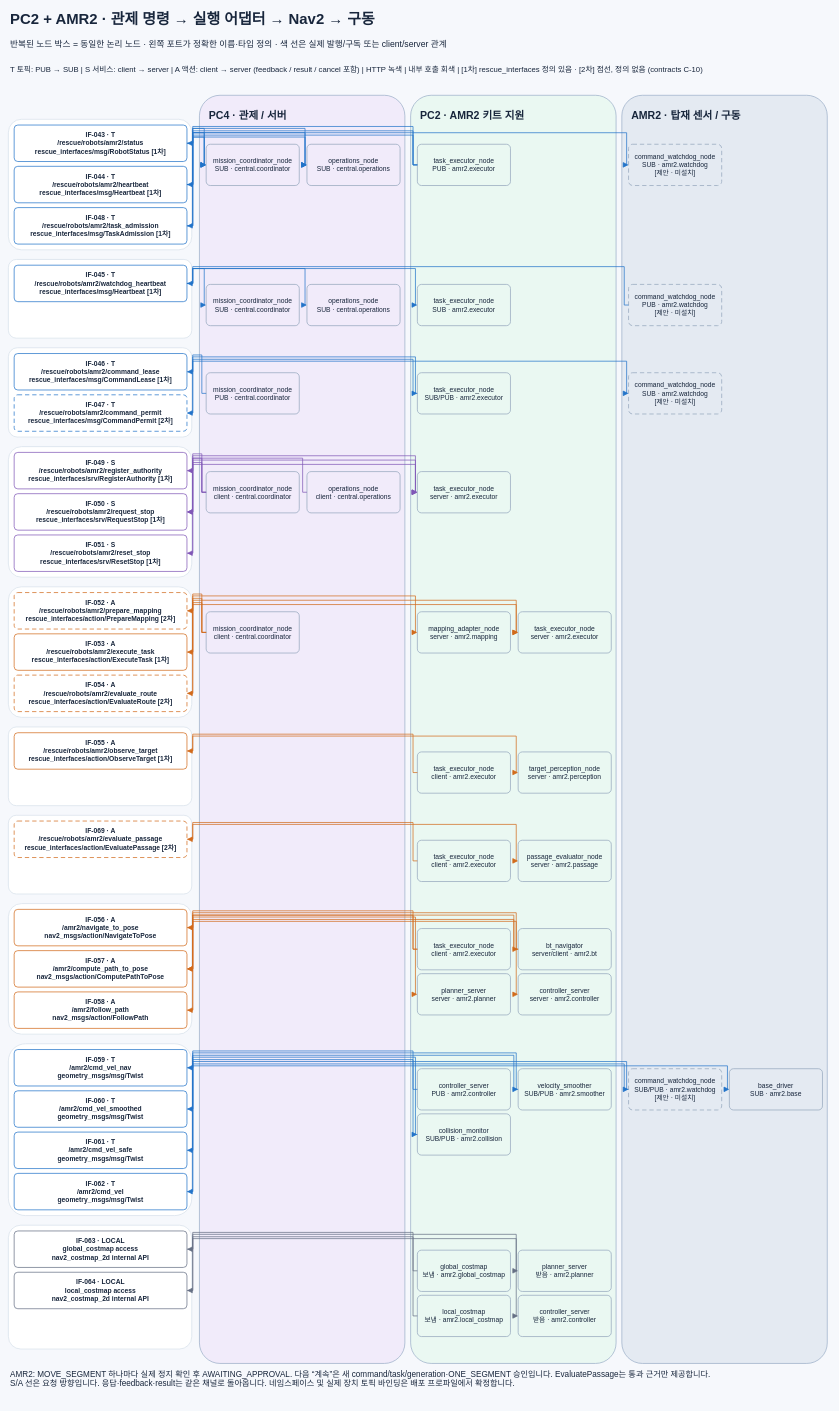
mi1nn/ROKEY-7-public keeps this draw.io diagram as page "05 PC2 명령·주행" (5 of 11) of docs/design/rokey7-sdd.drawio. Above is the earlier version. Source tidied: cells renumbered, new cells numbered last; positions are measured from the earlier drawing's top-left corner, leaving out a move shared by most shapes. Both pictures are drawn from the tidied source at 48%, with x=0, y=0 at pixel (8, 8).
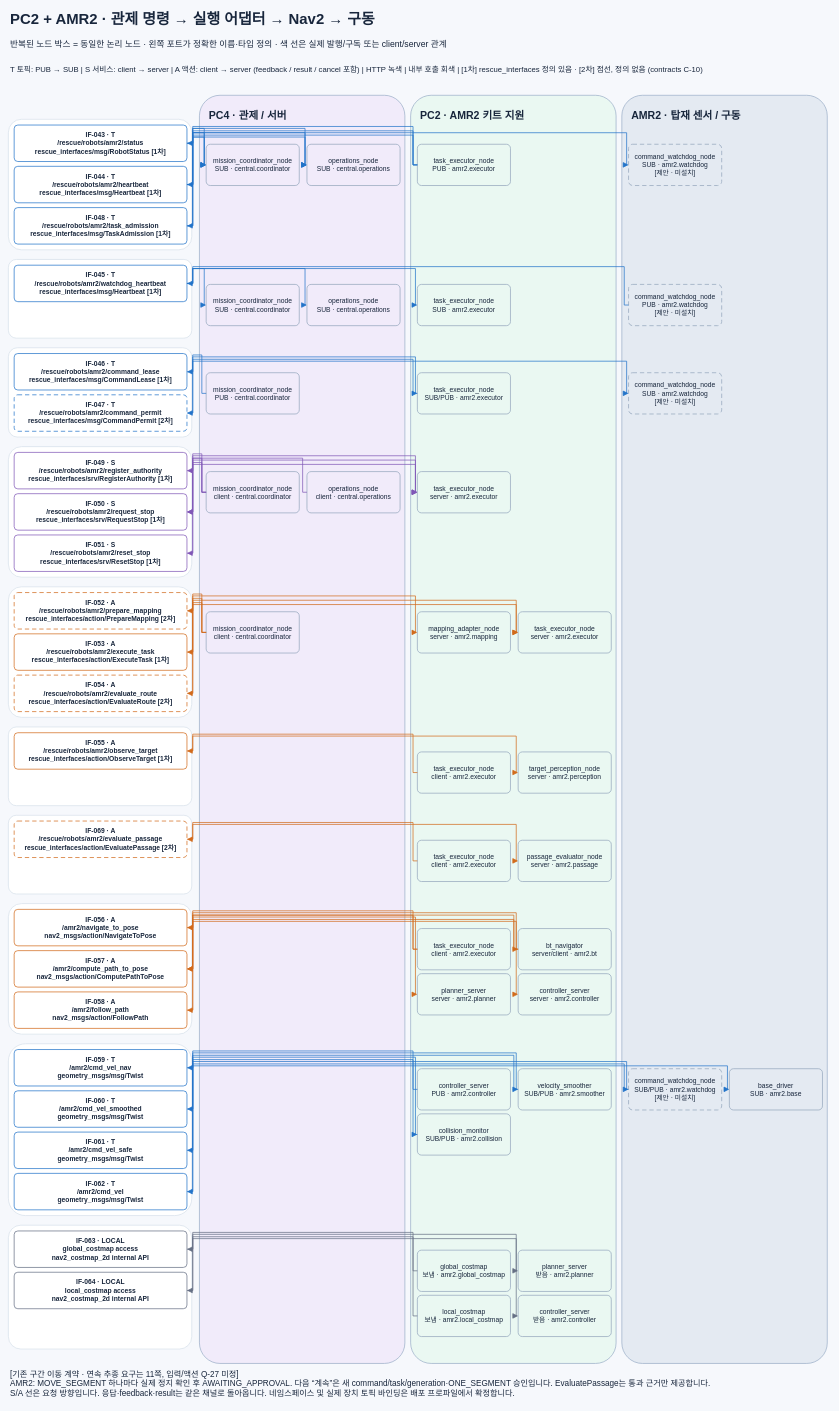
The same page after the edit.

Diff of the diagram source:
```diff
@@
-    <mxCell id="129" value="AMR2: MOVE_SEGMENT 하나마다 실제 정지 확인 후 AWAITING_APPROVAL. 다음 “계속”은 새 command/task/generation·ONE_SEGMENT 승인입니다. EvaluatePassage는 통과 근거만 제공합니다.&#10;S/A 선은 요청 방향입니다. 응답·feedback·result는 같은 채널로 돌아옵니다. 네임스페이스 및 실제 장치 토픽 바인딩은 배포 프로파일에서 확정합니다." style="rounded=1;arcSize=10;whiteSpace=wrap;html=0;fillColor=#FFFFFF;strokeColor=#CAD5E3;strokeWidth=1.5;fontFamily=Apple SD Gothic Neo;fontSize=17;fontColor=#18263C;fontStyle=0;align=center;verticalAlign=middle;spacing=8;strokeColor=none;fillColor=none;spacing=0;align=left;verticalAlign=top;" parent="1" vertex="1">
+    <mxCell id="129" value="[기존 구간 이동 계약 · 연속 추종 요구는 11쪽, 입력/액션 Q-27 미정]&#10;AMR2: MOVE_SEGMENT 하나마다 실제 정지 확인 후 AWAITING_APPROVAL. 다음 “계속”은 새 command/task/generation·ONE_SEGMENT 승인입니다. EvaluatePassage는 통과 근거만 제공합니다.&#10;S/A 선은 요청 방향입니다. 응답·feedback·result는 같은 채널로 돌아옵니다. 네임스페이스 및 실제 장치 토픽 바인딩은 배포 프로파일에서 확정합니다." style="rounded=1;arcSize=10;whiteSpace=wrap;html=0;fillColor=#FFFFFF;strokeColor=#CAD5E3;strokeWidth=1.5;fontFamily=Apple SD Gothic Neo;fontSize=17;fontColor=#18263C;fontStyle=0;align=center;verticalAlign=middle;spacing=8;strokeColor=none;fillColor=none;spacing=0;align=left;verticalAlign=top;" parent="1" vertex="1">
       <mxGeometry x="4" y="2831" width="1708" height="74" as="geometry" />
     </mxCell>
```
